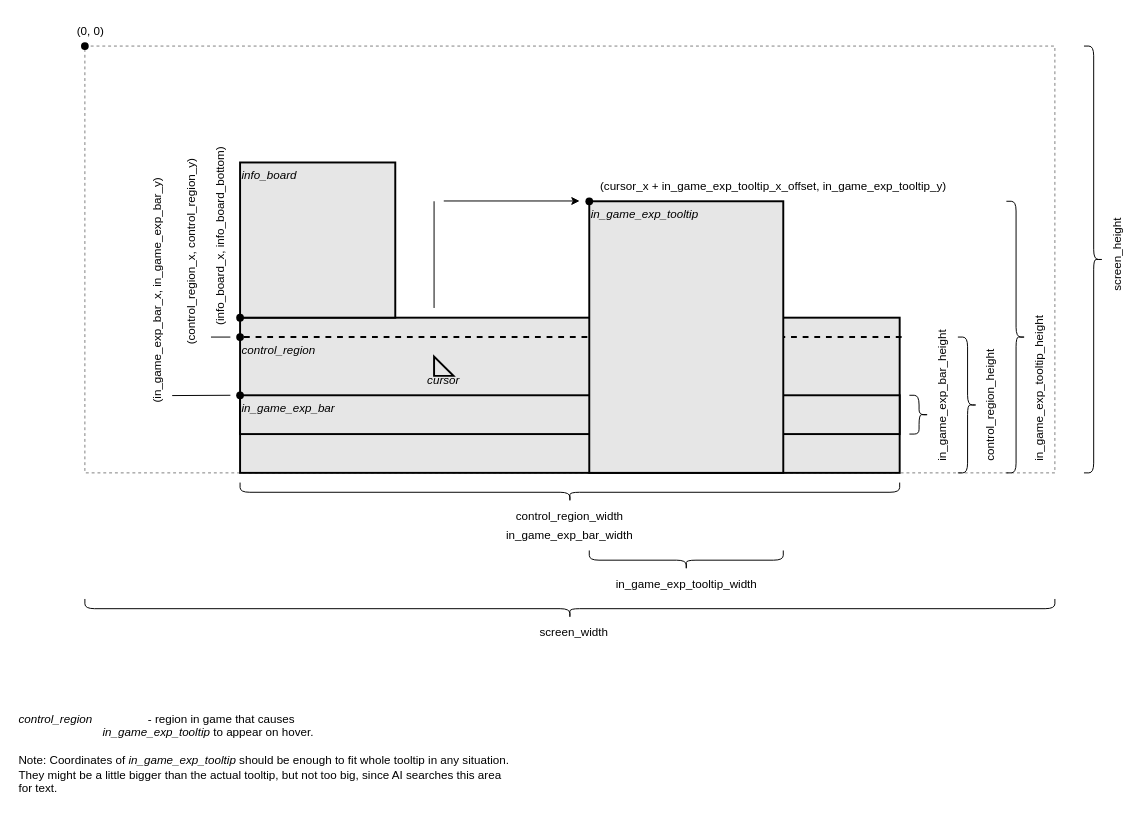
Earlier version of the draw.io diagram docs/diagrams/InGameGUI_Positions.drawio (underwatergrasshopper/poe_exp_after_dot). Source tidied: cells renumbered, new cells numbered last; positions are measured from the earlier drawing's top-left corner, leaving out a move shared by most shapes. Both pictures are drawn from the tidied source at 97%, with x=0, y=0 at pixel (16, 16).
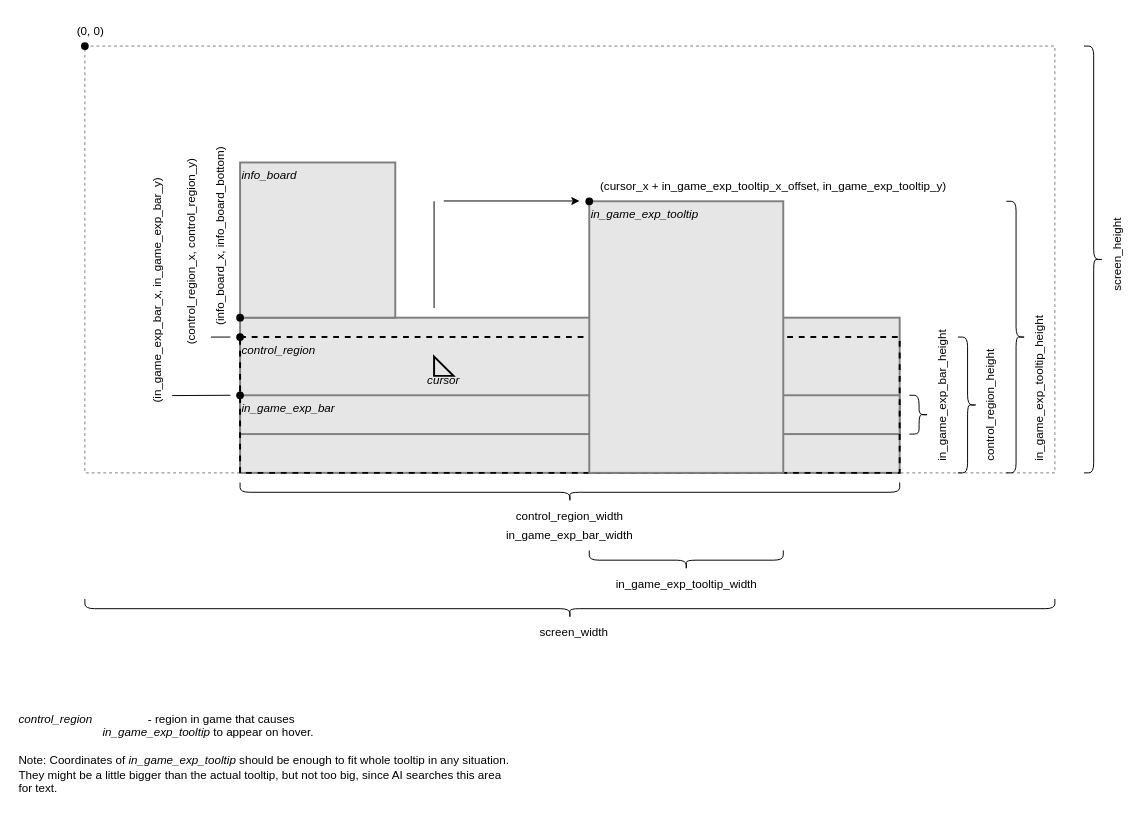
After the change.

What changed in the source:
```diff
@@
-    <mxCell id="3" style="rounded=0;whiteSpace=wrap;html=1;fontFamily=Inconsolata;fillColor=#E6E6E6;strokeWidth=2;" parent="1" vertex="1">
+    <mxCell id="3" style="rounded=0;whiteSpace=wrap;html=1;fontFamily=Inconsolata;fillColor=#E6E6E6;strokeWidth=2;strokeColor=#7F7F7F;" parent="1" vertex="1">
       <mxGeometry x="230" y="310" width="680" height="160" as="geometry" />
     </mxCell>
-    <mxCell id="4" style="endArrow=none;html=1;rounded=0;strokeWidth=2;dashed=1;" parent="1" edge="1">
-      <mxGeometry relative="1" as="geometry">
-        <mxPoint x="234" y="330" as="sourcePoint" />
-        <mxPoint x="914" y="330" as="targetPoint" />
-      </mxGeometry>
-    </mxCell>
-    <mxCell id="5" style="rounded=0;whiteSpace=wrap;html=1;fontFamily=Inconsolata;fillColor=#E6E6E6;strokeWidth=2;" parent="1" vertex="1">
+    <mxCell id="5" style="rounded=0;whiteSpace=wrap;html=1;fontFamily=Inconsolata;fillColor=#E6E6E6;strokeWidth=2;strokeColor=#7F7F7F;" parent="1" vertex="1">
       <mxGeometry x="230" y="390" width="680" height="40" as="geometry" />
     </mxCell>
+    <mxCell id="45" style="rounded=0;whiteSpace=wrap;html=1;fillColor=none;strokeWidth=2;dashed=1;" parent="1" vertex="1">
+      <mxGeometry x="230" y="330" width="680" height="140" as="geometry" />
+    </mxCell>
@@
-    <mxCell id="14" style="rounded=0;whiteSpace=wrap;html=1;fillColor=#E6E6E6;strokeWidth=2;fontFamily=Inconsolata;" parent="1" vertex="1">
+    <mxCell id="14" style="rounded=0;whiteSpace=wrap;html=1;fillColor=#E6E6E6;strokeWidth=2;fontFamily=Inconsolata;strokeColor=#7F7F7F;" parent="1" vertex="1">
       <mxGeometry x="590" y="190" width="200" height="280" as="geometry" />
     </mxCell>
@@
-    <mxCell id="31" style="rounded=0;whiteSpace=wrap;html=1;fillColor=#E6E6E6;strokeWidth=2;fontFamily=Inconsolata;" parent="1" vertex="1">
+    <mxCell id="31" style="rounded=0;whiteSpace=wrap;html=1;fillColor=#E6E6E6;strokeWidth=2;fontFamily=Inconsolata;strokeColor=#7F7F7F;" parent="1" vertex="1">
       <mxGeometry x="230" y="150" width="160" height="160" as="geometry" />
     </mxCell>
```
